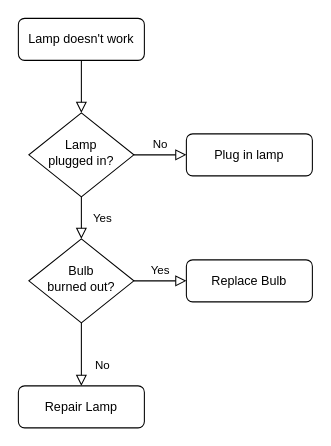
Earlier version of the draw.io diagram Untitled Diagram.drawio (liuhahi/pdf-engine-flowchart). Source tidied: cells renumbered, new cells numbered last; positions are measured from the earlier drawing's top-left corner, leaving out a move shared by most shapes. Both pictures are drawn from the tidied source at 105%, with x=0, y=0 at pixel (18, 18).
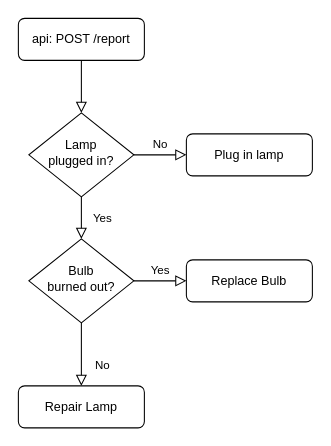
After the change.

Diff of the diagram source:
```diff
@@
 <mxGraphModel>
   <root>
     <mxCell id="0" />
     <mxCell id="1" parent="0" />
     <mxCell id="2" style="rounded=0;html=1;jettySize=auto;fontSize=11;endArrow=block;endFill=0;endSize=8;strokeWidth=1;shadow=0;labelBackgroundColor=none;edgeStyle=orthogonalEdgeStyle;" parent="1" edge="1" source="3" target="6">
       <mxGeometry relative="1" as="geometry" />
     </mxCell>
-    <mxCell id="3" value="Lamp doesn't work" style="rounded=1;whiteSpace=wrap;html=1;fontSize=12;glass=0;strokeWidth=1;shadow=0;" parent="1" vertex="1">
+    <mxCell id="3" value="api: POST /report" style="rounded=1;whiteSpace=wrap;html=1;fontSize=12;glass=0;strokeWidth=1;shadow=0;" parent="1" vertex="1">
       <mxGeometry width="120" height="40" as="geometry" />
     </mxCell>
     <mxCell id="4" value="Yes" style="rounded=0;html=1;jettySize=auto;fontSize=11;endArrow=block;endFill=0;endSize=8;strokeWidth=1;shadow=0;labelBackgroundColor=none;edgeStyle=orthogonalEdgeStyle;" parent="1" edge="1" source="6" target="10">
       <mxGeometry y="20" relative="1" as="geometry" />
     </mxCell>
     <mxCell id="5" value="No" style="edgeStyle=orthogonalEdgeStyle;rounded=0;html=1;jettySize=auto;fontSize=11;endArrow=block;endFill=0;endSize=8;strokeWidth=1;shadow=0;labelBackgroundColor=none;" parent="1" edge="1" source="6" target="7">
       <mxGeometry y="10" relative="1" as="geometry" />
     </mxCell>
     <mxCell id="6" value="Lamp&lt;br&gt;plugged in?" style="rhombus;whiteSpace=wrap;html=1;shadow=0;fontFamily=Helvetica;fontSize=12;align=center;strokeWidth=1;spacing=6;spacingTop=-4;" parent="1" vertex="1">
       <mxGeometry x="10" y="90" width="100" height="80" as="geometry" />
     </mxCell>
     <mxCell id="7" value="Plug in lamp" style="rounded=1;whiteSpace=wrap;html=1;fontSize=12;glass=0;strokeWidth=1;shadow=0;" parent="1" vertex="1">
       <mxGeometry x="160" y="110" width="120" height="40" as="geometry" />
     </mxCell>
     <mxCell id="8" value="No" style="rounded=0;html=1;jettySize=auto;fontSize=11;endArrow=block;endFill=0;endSize=8;strokeWidth=1;shadow=0;labelBackgroundColor=none;edgeStyle=orthogonalEdgeStyle;" parent="1" edge="1" source="10" target="11">
       <mxGeometry x="0.33" y="20" relative="1" as="geometry" />
     </mxCell>
     <mxCell id="9" value="Yes" style="edgeStyle=orthogonalEdgeStyle;rounded=0;html=1;jettySize=auto;fontSize=11;endArrow=block;endFill=0;endSize=8;strokeWidth=1;shadow=0;labelBackgroundColor=none;" parent="1" edge="1" source="10" target="12">
       <mxGeometry y="10" relative="1" as="geometry" />
     </mxCell>
     <mxCell id="10" value="Bulb&lt;br&gt;burned out?" style="rhombus;whiteSpace=wrap;html=1;shadow=0;fontFamily=Helvetica;fontSize=12;align=center;strokeWidth=1;spacing=6;spacingTop=-4;" parent="1" vertex="1">
       <mxGeometry x="10" y="210" width="100" height="80" as="geometry" />
     </mxCell>
     <mxCell id="11" value="Repair Lamp" style="rounded=1;whiteSpace=wrap;html=1;fontSize=12;glass=0;strokeWidth=1;shadow=0;" parent="1" vertex="1">
       <mxGeometry y="350" width="120" height="40" as="geometry" />
     </mxCell>
     <mxCell id="12" value="Replace Bulb" style="rounded=1;whiteSpace=wrap;html=1;fontSize=12;glass=0;strokeWidth=1;shadow=0;" parent="1" vertex="1">
       <mxGeometry x="160" y="230" width="120" height="40" as="geometry" />
     </mxCell>
   </root>
 </mxGraphModel>
```
